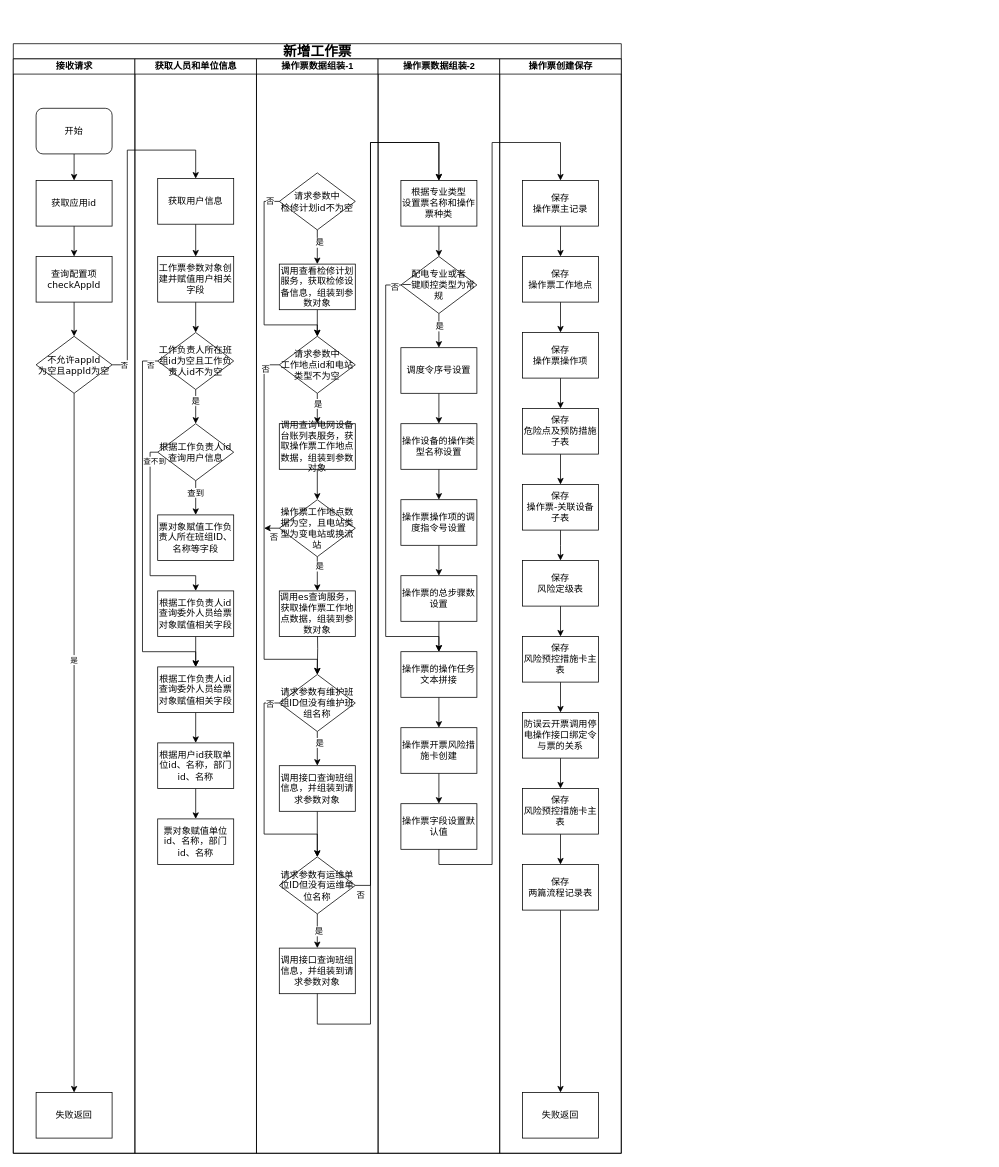
Before: 新建工作票.drawio in wwwwbo/myDraw, a draw.io diagram. Source tidied: cells renumbered, new cells numbered last; positions are measured from the earlier drawing's top-left corner, leaving out a move shared by most shapes. Both pictures are drawn from the tidied source at 76%, with x=0, y=0 at pixel (13, 43).
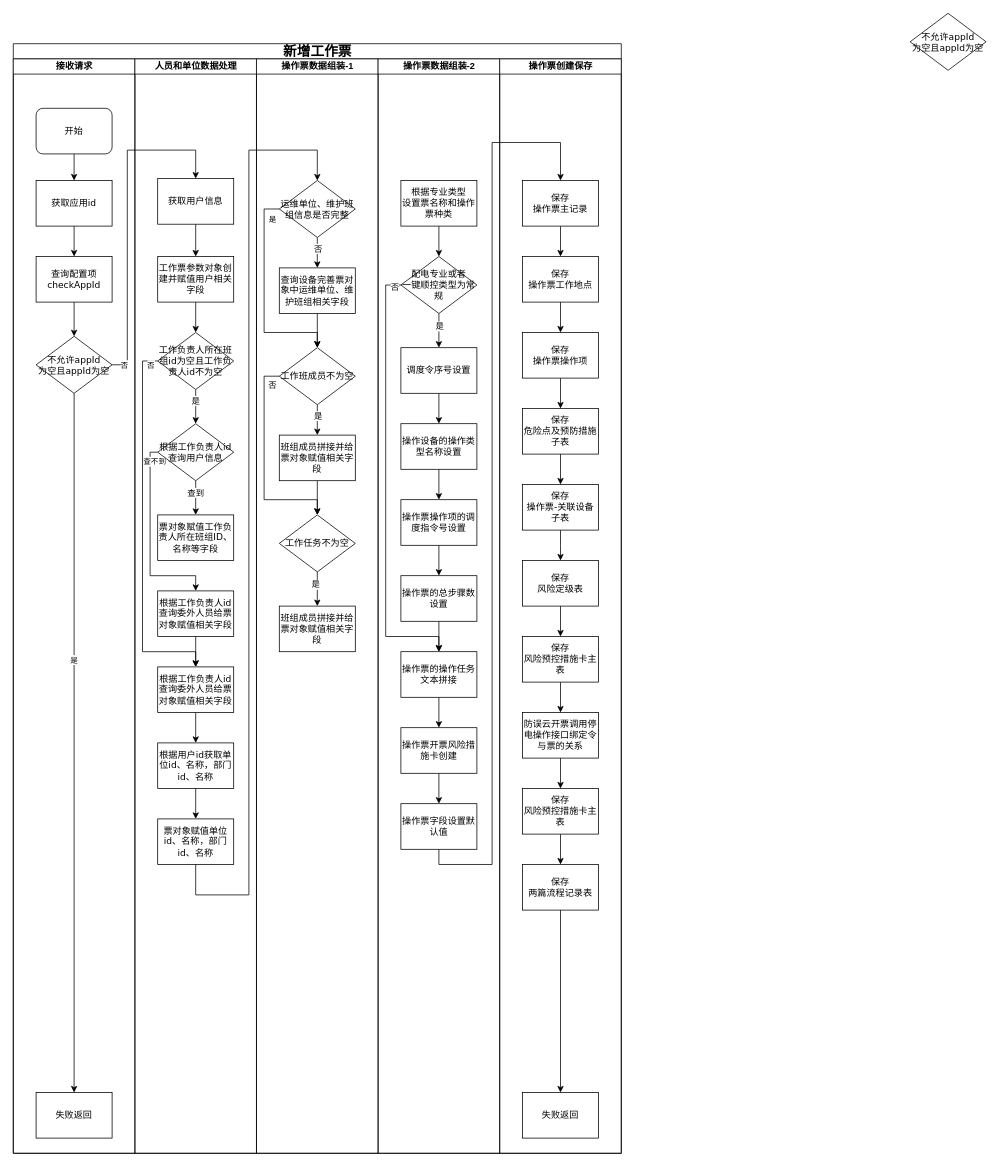
After the change.

Commit message (it also covers changes not shown here):
更新新建工作票.drawio

Unchanged cells that the change refers to:
```xml
<mxCell id="2" value="&lt;font style=&quot;font-size: 18px;&quot;&gt;新增工作票&lt;/font&gt;" style="swimlane;html=1;startSize=20;rounded=0;shadow=0;labelBackgroundColor=none;strokeWidth=1;fontFamily=Verdana;fontSize=8;align=center;" parent="1" vertex="1">
  <mxGeometry width="800" height="1460" as="geometry" />
</mxCell>
<mxCell id="36" value="&lt;span style=&quot;font-size: 12px;&quot;&gt;票对象赋值单位id、名称，部门id、名称&lt;br&gt;&lt;/span&gt;" style="whiteSpace=wrap;html=1;fontSize=8;fontFamily=Verdana;rounded=0;shadow=0;labelBackgroundColor=none;strokeWidth=1;" parent="14" vertex="1">
  <mxGeometry x="30" y="1000" width="100" height="60" as="geometry" />
</mxCell>
<mxCell id="37" value="操作票数据组装-1" style="swimlane;html=1;startSize=20;" parent="2" vertex="1">
  <mxGeometry x="320" y="20" width="160" height="1440" as="geometry" />
</mxCell>
<mxCell id="72" value="&lt;span style=&quot;font-size: 12px;&quot;&gt;根据专业类型&lt;/span&gt;&lt;div&gt;&lt;span style=&quot;font-size: 12px;&quot;&gt;设置票名称和操作票种类&lt;/span&gt;&lt;/div&gt;" style="whiteSpace=wrap;html=1;fontSize=8;fontFamily=Verdana;rounded=0;shadow=0;labelBackgroundColor=none;strokeWidth=1;" parent="70" vertex="1">
  <mxGeometry x="30" y="160" width="100" height="60" as="geometry" />
</mxCell>
```

Diff of the diagram source:
```diff
@@
-    <mxCell id="14" value="获取人员和单位信息" style="swimlane;html=1;startSize=20;" parent="2" vertex="1">
+    <mxCell id="14" value="人员和单位数据处理" style="swimlane;html=1;startSize=20;" parent="2" vertex="1">
       <mxGeometry x="160" y="20" width="160" height="1440" as="geometry" />
     </mxCell>
@@
-    <mxCell id="38" style="edgeStyle=orthogonalEdgeStyle;rounded=0;jettySize=auto;html=1;exitX=0.5;exitY=1;exitDx=0;exitDy=0;entryX=0.5;entryY=0;entryDx=0;entryDy=0;" parent="37" edge="1" source="42" target="44">
-      <mxGeometry relative="1" as="geometry" />
-    </mxCell>
-    <mxCell id="39" value="是" style="edgeLabel;html=1;align=center;verticalAlign=middle;" parent="38" vertex="1">
-      <mxGeometry x="-0.28" y="2" relative="1" as="geometry" />
-    </mxCell>
-    <mxCell id="40" style="edgeStyle=orthogonalEdgeStyle;rounded=0;jettySize=auto;html=1;exitX=0;exitY=0.5;exitDx=0;exitDy=0;entryX=0.5;entryY=0;entryDx=0;entryDy=0;" parent="37" edge="1" source="42" target="49">
-      <mxGeometry relative="1" as="geometry">
-        <Array as="points">
-          <mxPoint x="10" y="187" />
-          <mxPoint x="10" y="350" />
-          <mxPoint x="80" y="350" />
-        </Array>
-      </mxGeometry>
-    </mxCell>
-    <mxCell id="41" value="否" style="edgeLabel;html=1;align=center;verticalAlign=middle;" parent="40" vertex="1">
-      <mxGeometry x="-0.9" relative="1" as="geometry" />
-    </mxCell>
-    <mxCell id="42" value="&lt;span style=&quot;font-size: 12px;&quot;&gt;请求参数中&lt;/span&gt;&lt;div&gt;&lt;span style=&quot;font-size: 12px;&quot;&gt;检修计划id不为空&lt;/span&gt;&lt;/div&gt;" style="rhombus;whiteSpace=wrap;html=1;rounded=0;shadow=0;labelBackgroundColor=none;strokeWidth=1;fontFamily=Verdana;fontSize=8;align=center;" parent="37" vertex="1">
-      <mxGeometry x="30" y="150" width="100" height="75" as="geometry" />
-    </mxCell>
-    <mxCell id="43" style="edgeStyle=orthogonalEdgeStyle;rounded=0;jettySize=auto;html=1;exitX=0.5;exitY=1;exitDx=0;exitDy=0;entryX=0.5;entryY=0;entryDx=0;entryDy=0;" parent="37" edge="1" source="44" target="49">
-      <mxGeometry relative="1" as="geometry" />
-    </mxCell>
-    <mxCell id="44" value="&lt;span style=&quot;font-size: 12px;&quot;&gt;调用查看检修计划服务，获取检修设备信息，组装到参数对象&lt;/span&gt;" style="whiteSpace=wrap;html=1;fontSize=8;fontFamily=Verdana;rounded=0;shadow=0;labelBackgroundColor=none;strokeWidth=1;" parent="37" vertex="1">
-      <mxGeometry x="30" y="270" width="100" height="60" as="geometry" />
-    </mxCell>
-    <mxCell id="45" style="edgeStyle=orthogonalEdgeStyle;rounded=0;jettySize=auto;html=1;exitX=0.5;exitY=1;exitDx=0;exitDy=0;entryX=0.5;entryY=0;entryDx=0;entryDy=0;" parent="37" edge="1" source="49" target="52">
-      <mxGeometry relative="1" as="geometry" />
-    </mxCell>
-    <mxCell id="46" value="是" style="edgeLabel;html=1;align=center;verticalAlign=middle;" parent="45" vertex="1">
-      <mxGeometry x="-0.36" relative="1" as="geometry" />
-    </mxCell>
-    <mxCell id="47" style="edgeStyle=orthogonalEdgeStyle;rounded=0;jettySize=auto;html=1;exitX=0;exitY=0.5;exitDx=0;exitDy=0;entryX=0.5;entryY=0;entryDx=0;entryDy=0;" parent="37" edge="1" source="49" target="57">
-      <mxGeometry relative="1" as="geometry">
-        <Array as="points">
-          <mxPoint x="10" y="403" />
-          <mxPoint x="10" y="790" />
-          <mxPoint x="80" y="790" />
-        </Array>
-      </mxGeometry>
-    </mxCell>
-    <mxCell id="48" value="否" style="edgeLabel;html=1;align=center;verticalAlign=middle;" parent="47" vertex="1">
-      <mxGeometry x="-0.9" y="1" relative="1" as="geometry" />
-    </mxCell>
-    <mxCell id="49" value="&lt;span style=&quot;font-size: 12px;&quot;&gt;请求参数中&lt;/span&gt;&lt;div&gt;&lt;span style=&quot;font-size: 12px;&quot;&gt;工作地点id和电站类型不为空&lt;/span&gt;&lt;/div&gt;" style="rhombus;whiteSpace=wrap;html=1;rounded=0;shadow=0;labelBackgroundColor=none;strokeWidth=1;fontFamily=Verdana;fontSize=8;align=center;" parent="37" vertex="1">
-      <mxGeometry x="30" y="365" width="100" height="75" as="geometry" />
-    </mxCell>
-    <mxCell id="50" style="edgeStyle=orthogonalEdgeStyle;rounded=0;jettySize=auto;html=1;entryX=0.5;entryY=0;entryDx=0;entryDy=0;" parent="37" edge="1" target="57">
-      <mxGeometry relative="1" as="geometry">
-        <mxPoint x="80" y="740" as="sourcePoint" />
-      </mxGeometry>
-    </mxCell>
-    <mxCell id="51" style="edgeStyle=orthogonalEdgeStyle;rounded=0;jettySize=auto;html=1;exitX=0.5;exitY=1;exitDx=0;exitDy=0;" parent="37" edge="1" source="52" target="62">
-      <mxGeometry relative="1" as="geometry" />
-    </mxCell>
-    <mxCell id="52" value="&lt;span style=&quot;font-size: 12px;&quot;&gt;调用查询电网设备台账列表服务，获取操作票工作地点数据，组装到参数对象&lt;/span&gt;" style="whiteSpace=wrap;html=1;fontSize=8;fontFamily=Verdana;rounded=0;shadow=0;labelBackgroundColor=none;strokeWidth=1;" parent="37" vertex="1">
-      <mxGeometry x="30" y="480" width="100" height="60" as="geometry" />
-    </mxCell>
-    <mxCell id="53" style="edgeStyle=orthogonalEdgeStyle;rounded=0;jettySize=auto;html=1;exitX=0.5;exitY=1;exitDx=0;exitDy=0;" parent="37" edge="1" source="57" target="65">
-      <mxGeometry relative="1" as="geometry" />
-    </mxCell>
-    <mxCell id="54" value="是" style="edgeLabel;html=1;align=center;verticalAlign=middle;" parent="53" vertex="1">
-      <mxGeometry x="-0.38" y="2" relative="1" as="geometry" />
-    </mxCell>
-    <mxCell id="55" style="edgeStyle=orthogonalEdgeStyle;rounded=0;jettySize=auto;html=1;exitX=0;exitY=0.5;exitDx=0;exitDy=0;entryX=0.5;entryY=0;entryDx=0;entryDy=0;" parent="37" edge="1" source="57" target="68">
-      <mxGeometry relative="1" as="geometry">
-        <Array as="points">
-          <mxPoint x="10" y="847" />
-          <mxPoint x="10" y="1020" />
-          <mxPoint x="80" y="1020" />
-        </Array>
-      </mxGeometry>
-    </mxCell>
-    <mxCell id="56" value="否" style="edgeLabel;html=1;align=center;verticalAlign=middle;" parent="55" vertex="1">
-      <mxGeometry x="-0.91" y="1" relative="1" as="geometry" />
-    </mxCell>
-    <mxCell id="57" value="&lt;span style=&quot;font-size: 12px;&quot;&gt;请求参数有维护班组ID但没有维护班组名称&lt;/span&gt;" style="rhombus;whiteSpace=wrap;html=1;rounded=0;shadow=0;labelBackgroundColor=none;strokeWidth=1;fontFamily=Verdana;fontSize=8;align=center;" parent="37" vertex="1">
-      <mxGeometry x="30" y="810" width="100" height="75" as="geometry" />
-    </mxCell>
-    <mxCell id="58" style="edgeStyle=orthogonalEdgeStyle;rounded=0;jettySize=auto;html=1;exitX=0.5;exitY=1;exitDx=0;exitDy=0;entryX=0.5;entryY=0;entryDx=0;entryDy=0;" parent="37" edge="1" source="62" target="63">
-      <mxGeometry relative="1" as="geometry" />
-    </mxCell>
-    <mxCell id="59" value="是" style="edgeLabel;html=1;align=center;verticalAlign=middle;" parent="58" vertex="1">
-      <mxGeometry x="-0.47" y="2" relative="1" as="geometry" />
-    </mxCell>
-    <mxCell id="60" style="edgeStyle=orthogonalEdgeStyle;rounded=0;jettySize=auto;html=1;exitX=0;exitY=0.5;exitDx=0;exitDy=0;" parent="37" edge="1" source="62">
-      <mxGeometry relative="1" as="geometry">
-        <mxPoint x="10" y="617.8" as="targetPoint" />
-      </mxGeometry>
-    </mxCell>
-    <mxCell id="61" value="否" style="edgeLabel;html=1;align=center;verticalAlign=middle;" parent="60" vertex="1">
-      <mxGeometry x="-0.24" relative="1" as="geometry">
-        <mxPoint y="12" as="offset" />
-      </mxGeometry>
-    </mxCell>
-    <mxCell id="62" value="&lt;span style=&quot;font-size: 12px;&quot;&gt;操作票工作地点数据为空，且电站类型为变电站或&lt;/span&gt;&lt;span style=&quot;font-size: 12px;&quot;&gt;换流站&lt;/span&gt;" style="rhombus;whiteSpace=wrap;html=1;rounded=0;shadow=0;labelBackgroundColor=none;strokeWidth=1;fontFamily=Verdana;fontSize=8;align=center;" parent="37" vertex="1">
-      <mxGeometry x="30" y="580" width="100" height="75" as="geometry" />
-    </mxCell>
-    <mxCell id="63" value="&lt;span style=&quot;font-size: 12px;&quot;&gt;调用es查询服务，获取操作票工作地点数据，组装到参数对象&lt;/span&gt;" style="whiteSpace=wrap;html=1;fontSize=8;fontFamily=Verdana;rounded=0;shadow=0;labelBackgroundColor=none;strokeWidth=1;" parent="37" vertex="1">
-      <mxGeometry x="30" y="700" width="100" height="60" as="geometry" />
-    </mxCell>
-    <mxCell id="64" style="edgeStyle=orthogonalEdgeStyle;rounded=0;jettySize=auto;html=1;exitX=0.5;exitY=1;exitDx=0;exitDy=0;entryX=0.5;entryY=0;entryDx=0;entryDy=0;" parent="37" edge="1" source="65" target="68">
-      <mxGeometry relative="1" as="geometry" />
-    </mxCell>
-    <mxCell id="65" value="&lt;span style=&quot;font-size: 12px;&quot;&gt;调用接口查询班组信息，并组装到请求参数对象&lt;/span&gt;" style="whiteSpace=wrap;html=1;fontSize=8;fontFamily=Verdana;rounded=0;shadow=0;labelBackgroundColor=none;strokeWidth=1;" parent="37" vertex="1">
-      <mxGeometry x="30" y="930" width="100" height="60" as="geometry" />
-    </mxCell>
-    <mxCell id="66" style="edgeStyle=orthogonalEdgeStyle;rounded=0;jettySize=auto;html=1;exitX=0.5;exitY=1;exitDx=0;exitDy=0;entryX=0.5;entryY=0;entryDx=0;entryDy=0;" parent="37" edge="1" source="68" target="69">
-      <mxGeometry relative="1" as="geometry" />
-    </mxCell>
-    <mxCell id="67" value="是" style="edgeLabel;html=1;align=center;verticalAlign=middle;" parent="66" vertex="1">
-      <mxGeometry x="-0.01" y="1" relative="1" as="geometry" />
-    </mxCell>
-    <mxCell id="68" value="&lt;span style=&quot;font-size: 12px;&quot;&gt;请求参数有运维单位ID但没有运维单位名称&lt;/span&gt;" style="rhombus;whiteSpace=wrap;html=1;rounded=0;shadow=0;labelBackgroundColor=none;strokeWidth=1;fontFamily=Verdana;fontSize=8;align=center;" parent="37" vertex="1">
-      <mxGeometry x="30" y="1050" width="100" height="75" as="geometry" />
-    </mxCell>
-    <mxCell id="69" value="&lt;span style=&quot;font-size: 12px;&quot;&gt;调用接口查询班组信息，并组装到请求参数对象&lt;/span&gt;" style="whiteSpace=wrap;html=1;fontSize=8;fontFamily=Verdana;rounded=0;shadow=0;labelBackgroundColor=none;strokeWidth=1;" parent="37" vertex="1">
-      <mxGeometry x="30" y="1170" width="100" height="60" as="geometry" />
-    </mxCell>
+    <mxCell id="119" style="edgeStyle=orthogonalEdgeStyle;rounded=0;jettySize=auto;html=1;exitX=0.5;exitY=1;exitDx=0;exitDy=0;" parent="37" edge="1" source="123" target="125">
+      <mxGeometry relative="1" as="geometry" />
+    </mxCell>
+    <mxCell id="120" value="否" style="edgeLabel;html=1;align=center;verticalAlign=middle;" parent="119" vertex="1">
+      <mxGeometry x="-0.3" relative="1" as="geometry" />
+    </mxCell>
+    <mxCell id="121" style="edgeStyle=orthogonalEdgeStyle;rounded=0;jettySize=auto;html=1;exitX=0;exitY=0.5;exitDx=0;exitDy=0;entryX=0.5;entryY=0;entryDx=0;entryDy=0;" parent="37" edge="1" source="123" target="130">
+      <mxGeometry relative="1" as="geometry">
+        <Array as="points">
+          <mxPoint x="10" y="198" />
+          <mxPoint x="10" y="360" />
+          <mxPoint x="80" y="360" />
+        </Array>
+      </mxGeometry>
+    </mxCell>
+    <mxCell id="122" value="&lt;font style=&quot;font-size: 10px;&quot;&gt;是&lt;/font&gt;" style="edgeLabel;html=1;align=center;verticalAlign=middle;" parent="121" vertex="1">
+      <mxGeometry x="-0.9" y="2" relative="1" as="geometry">
+        <mxPoint x="4" y="11" as="offset" />
+      </mxGeometry>
+    </mxCell>
+    <mxCell id="123" value="&lt;span style=&quot;font-size: 12px;&quot;&gt;运维单位、维护班组信息是否完整&lt;/span&gt;" style="rhombus;whiteSpace=wrap;html=1;rounded=0;shadow=0;labelBackgroundColor=none;strokeWidth=1;fontFamily=Verdana;fontSize=8;align=center;" parent="37" vertex="1">
+      <mxGeometry x="30" y="160" width="100" height="75" as="geometry" />
+    </mxCell>
+    <mxCell id="124" style="edgeStyle=orthogonalEdgeStyle;rounded=0;jettySize=auto;html=1;exitX=0.5;exitY=1;exitDx=0;exitDy=0;entryX=0.5;entryY=0;entryDx=0;entryDy=0;" parent="37" edge="1" source="125" target="130">
+      <mxGeometry relative="1" as="geometry" />
+    </mxCell>
+    <mxCell id="125" value="&lt;span style=&quot;font-size: 12px;&quot;&gt;查询设备完善票对象中&lt;/span&gt;&lt;span style=&quot;font-size: 12px;&quot;&gt;运维单位、维护班组相关字段&lt;/span&gt;" style="whiteSpace=wrap;html=1;fontSize=8;fontFamily=Verdana;rounded=0;shadow=0;labelBackgroundColor=none;strokeWidth=1;" parent="37" vertex="1">
+      <mxGeometry x="30" y="275" width="100" height="60" as="geometry" />
+    </mxCell>
+    <mxCell id="126" style="edgeStyle=orthogonalEdgeStyle;rounded=0;jettySize=auto;html=1;exitX=0.5;exitY=1;exitDx=0;exitDy=0;entryX=0.5;entryY=0;entryDx=0;entryDy=0;" parent="37" edge="1" source="130" target="132">
+      <mxGeometry relative="1" as="geometry" />
+    </mxCell>
+    <mxCell id="127" value="是" style="edgeLabel;html=1;align=center;verticalAlign=middle;" parent="126" vertex="1">
+      <mxGeometry x="-0.28" relative="1" as="geometry" />
+    </mxCell>
+    <mxCell id="128" style="edgeStyle=orthogonalEdgeStyle;rounded=0;jettySize=auto;html=1;exitX=0;exitY=0.5;exitDx=0;exitDy=0;entryX=0.5;entryY=0;entryDx=0;entryDy=0;" parent="37" edge="1" source="130" target="135">
+      <mxGeometry relative="1" as="geometry">
+        <Array as="points">
+          <mxPoint x="10" y="418" />
+          <mxPoint x="10" y="580" />
+          <mxPoint x="80" y="580" />
+        </Array>
+      </mxGeometry>
+    </mxCell>
+    <mxCell id="129" value="否" style="edgeLabel;html=1;align=center;verticalAlign=middle;" parent="128" vertex="1">
+      <mxGeometry x="-0.93" y="3" relative="1" as="geometry">
+        <mxPoint y="9" as="offset" />
+      </mxGeometry>
+    </mxCell>
+    <mxCell id="130" value="&lt;span style=&quot;font-size: 12px;&quot;&gt;工作班成员不为空&lt;/span&gt;" style="rhombus;whiteSpace=wrap;html=1;rounded=0;shadow=0;labelBackgroundColor=none;strokeWidth=1;fontFamily=Verdana;fontSize=8;align=center;" parent="37" vertex="1">
+      <mxGeometry x="30" y="380" width="100" height="75" as="geometry" />
+    </mxCell>
+    <mxCell id="131" style="edgeStyle=orthogonalEdgeStyle;rounded=0;jettySize=auto;html=1;exitX=0.5;exitY=1;exitDx=0;exitDy=0;entryX=0.5;entryY=0;entryDx=0;entryDy=0;" parent="37" edge="1" source="132" target="135">
+      <mxGeometry relative="1" as="geometry" />
+    </mxCell>
+    <mxCell id="132" value="&lt;span style=&quot;font-size: 12px;&quot;&gt;班组成员拼接并给票对象赋值相关字段&lt;/span&gt;" style="whiteSpace=wrap;html=1;fontSize=8;fontFamily=Verdana;rounded=0;shadow=0;labelBackgroundColor=none;strokeWidth=1;" parent="37" vertex="1">
+      <mxGeometry x="30" y="495" width="100" height="60" as="geometry" />
+    </mxCell>
+    <mxCell id="133" style="edgeStyle=orthogonalEdgeStyle;rounded=0;jettySize=auto;html=1;exitX=0.5;exitY=1;exitDx=0;exitDy=0;entryX=0.5;entryY=0;entryDx=0;entryDy=0;" parent="37" edge="1" source="135" target="136">
+      <mxGeometry relative="1" as="geometry" />
+    </mxCell>
+    <mxCell id="134" value="是" style="edgeLabel;html=1;align=center;verticalAlign=middle;" parent="133" vertex="1">
+      <mxGeometry x="-0.27" y="-3" relative="1" as="geometry" />
+    </mxCell>
+    <mxCell id="135" value="&lt;span style=&quot;font-size: 12px;&quot;&gt;工作任务不为空&lt;/span&gt;" style="rhombus;whiteSpace=wrap;html=1;rounded=0;shadow=0;labelBackgroundColor=none;strokeWidth=1;fontFamily=Verdana;fontSize=8;align=center;" parent="37" vertex="1">
+      <mxGeometry x="30" y="600" width="100" height="75" as="geometry" />
+    </mxCell>
+    <mxCell id="136" value="&lt;span style=&quot;font-size: 12px;&quot;&gt;班组成员拼接并给票对象赋值相关字段&lt;/span&gt;" style="whiteSpace=wrap;html=1;fontSize=8;fontFamily=Verdana;rounded=0;shadow=0;labelBackgroundColor=none;strokeWidth=1;" parent="37" vertex="1">
+      <mxGeometry x="30" y="720" width="100" height="60" as="geometry" />
+    </mxCell>
@@
-    <mxCell id="115" style="edgeStyle=orthogonalEdgeStyle;rounded=0;jettySize=auto;html=1;exitX=1;exitY=0.5;exitDx=0;exitDy=0;entryX=0.5;entryY=0;entryDx=0;entryDy=0;" parent="2" edge="1" source="68" target="72">
-      <mxGeometry relative="1" as="geometry">
-        <Array as="points">
-          <mxPoint x="470" y="1107" />
-          <mxPoint x="470" y="130" />
-          <mxPoint x="560" y="130" />
-        </Array>
-      </mxGeometry>
-    </mxCell>
-    <mxCell id="116" value="否" style="edgeLabel;html=1;align=center;verticalAlign=middle;" parent="115" vertex="1">
-      <mxGeometry x="-0.99" y="3" relative="1" as="geometry">
-        <mxPoint y="16" as="offset" />
-      </mxGeometry>
-    </mxCell>
-    <mxCell id="117" style="edgeStyle=orthogonalEdgeStyle;rounded=0;jettySize=auto;html=1;exitX=0.5;exitY=1;exitDx=0;exitDy=0;entryX=0.5;entryY=0;entryDx=0;entryDy=0;" parent="2" edge="1" source="69" target="72">
-      <mxGeometry relative="1" as="geometry">
-        <Array as="points">
-          <mxPoint x="400" y="1290" />
-          <mxPoint x="470" y="1290" />
-          <mxPoint x="470" y="130" />
-          <mxPoint x="560" y="130" />
-        </Array>
-      </mxGeometry>
-    </mxCell>
@@
+    <mxCell id="137" style="edgeStyle=orthogonalEdgeStyle;rounded=0;jettySize=auto;html=1;exitX=0.5;exitY=1;exitDx=0;exitDy=0;entryX=0.5;entryY=0;entryDx=0;entryDy=0;" parent="2" edge="1" source="36">
+      <mxGeometry relative="1" as="geometry">
+        <mxPoint x="400" y="180" as="targetPoint" />
+        <Array as="points">
+          <mxPoint x="240" y="1120" />
+          <mxPoint x="310" y="1120" />
+          <mxPoint x="310" y="140" />
+          <mxPoint x="400" y="140" />
+        </Array>
+      </mxGeometry>
+    </mxCell>
+    <mxCell id="138" value="&lt;span style=&quot;font-size: 12px;&quot;&gt;不允许appId&lt;/span&gt;&lt;div&gt;&lt;span style=&quot;font-size: 12px;&quot;&gt;为空且&lt;/span&gt;&lt;span style=&quot;font-size: 12px; background-color: transparent; color: light-dark(rgb(0, 0, 0), rgb(255, 255, 255));&quot;&gt;appId为空&lt;/span&gt;&lt;/div&gt;" style="rhombus;whiteSpace=wrap;html=1;rounded=0;shadow=0;labelBackgroundColor=none;strokeWidth=1;fontFamily=Verdana;fontSize=8;align=center;" parent="1" vertex="1">
+      <mxGeometry x="1180" y="-40" width="100" height="75" as="geometry" />
+    </mxCell>
```
